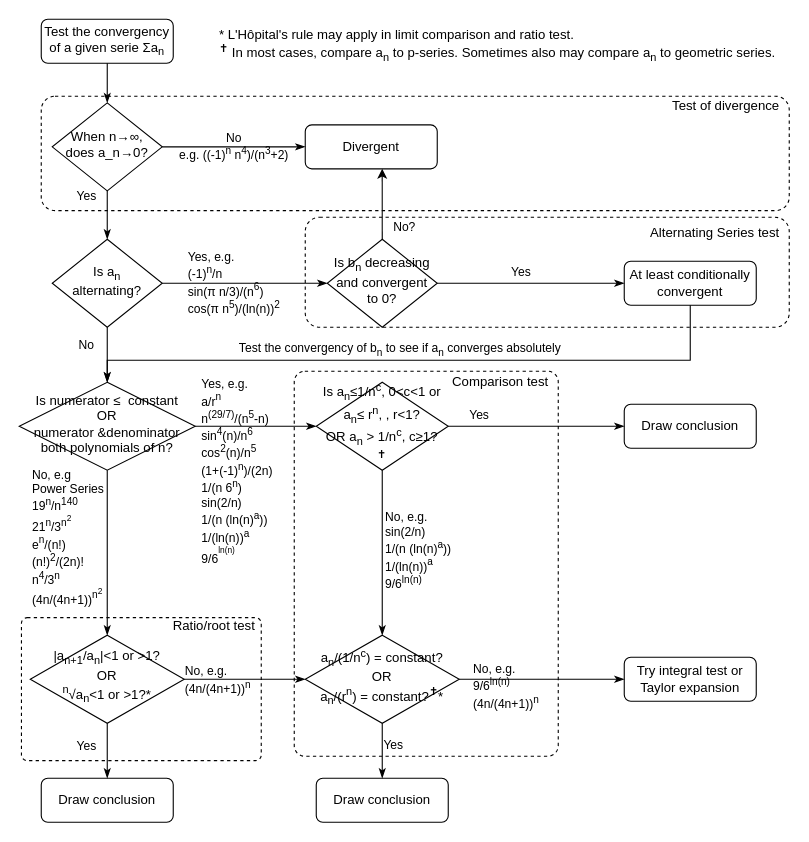
lemonci/notes keeps this draw.io diagram as convergency_testings.drawio. Above is the earlier version. Source tidied: cells renumbered, new cells numbered last; positions are measured from the earlier drawing's top-left corner, leaving out a move shared by most shapes. Both pictures are drawn from the tidied source at 110%, with x=0, y=0 at pixel (19, 19).
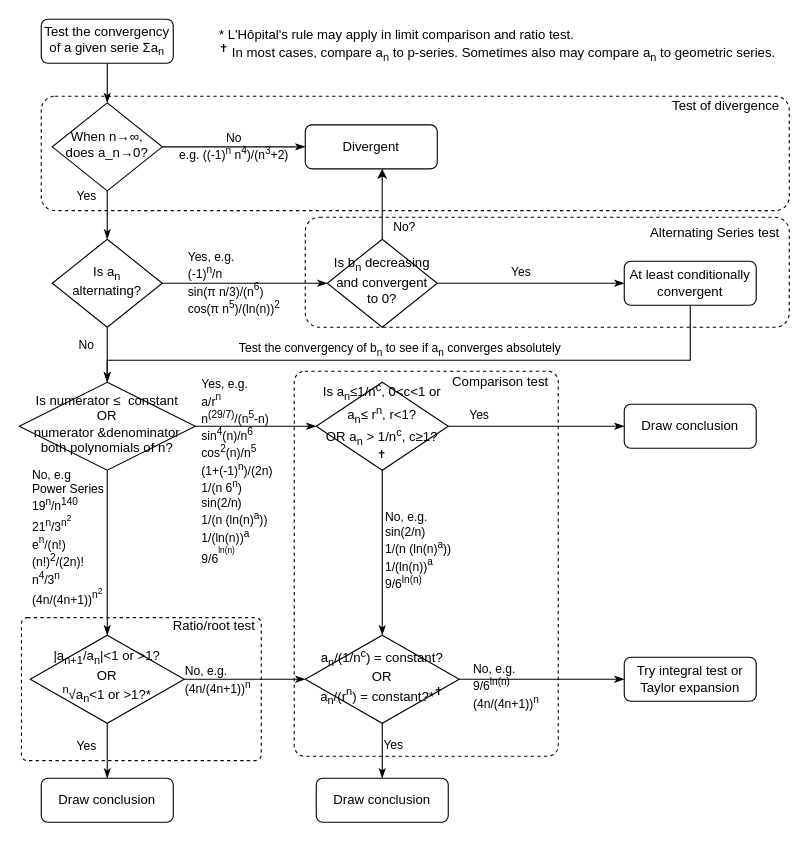
The same diagram, later.

Change to the diagram source:
```diff
@@
-    <mxCell id="33" value="&lt;div&gt;Is a&lt;sub&gt;n&lt;/sub&gt;≤1/n&lt;sup&gt;c&lt;/sup&gt;, 0&amp;lt;c&amp;lt;1 or a&lt;sub&gt;n&lt;/sub&gt;≤ r&lt;sup&gt;n&lt;/sup&gt;, , r&amp;lt;1?&lt;/div&gt;&lt;div&gt;OR a&lt;sub&gt;n&lt;/sub&gt; &amp;gt; 1/n&lt;sup&gt;c&lt;/sup&gt;, c≥1?&lt;sup&gt; ✝&lt;/sup&gt;&lt;/div&gt;" style="rhombus;whiteSpace=wrap;html=1;shadow=0;fontFamily=Helvetica;fontSize=12;align=center;strokeWidth=1;spacing=6;spacingTop=-4;labelBackgroundColor=none;fillColor=none;" parent="1" vertex="1">
+    <mxCell id="33" value="&lt;div&gt;Is a&lt;sub&gt;n&lt;/sub&gt;≤1/n&lt;sup&gt;c&lt;/sup&gt;, 0&amp;lt;c&amp;lt;1 or a&lt;sub&gt;n&lt;/sub&gt;≤ r&lt;sup&gt;n&lt;/sup&gt;, r&amp;lt;1?&lt;/div&gt;&lt;div&gt;OR a&lt;sub&gt;n&lt;/sub&gt; &amp;gt; 1/n&lt;sup&gt;c&lt;/sup&gt;, c≥1?&lt;sup&gt; ✝&lt;/sup&gt;&lt;/div&gt;" style="rhombus;whiteSpace=wrap;html=1;shadow=0;fontFamily=Helvetica;fontSize=12;align=center;strokeWidth=1;spacing=6;spacingTop=-4;labelBackgroundColor=none;fillColor=none;" parent="1" vertex="1">
       <mxGeometry x="270" y="330" width="120" height="80" as="geometry" />
     </mxCell>
@@
-    <mxCell id="37" value="&lt;div&gt;a&lt;sub&gt;n&lt;/sub&gt;/(1/n&lt;sup&gt;c&lt;/sup&gt;) = constant?&lt;/div&gt;&lt;div&gt;OR&lt;br&gt;&lt;/div&gt;&lt;div&gt;a&lt;sub&gt;n&lt;/sub&gt;/(r&lt;sup&gt;n&lt;/sup&gt;) = constant?&lt;sup&gt;✝&lt;/sup&gt;*&lt;br&gt;&lt;/div&gt;" style="rhombus;whiteSpace=wrap;html=1;shadow=0;fontFamily=Helvetica;fontSize=12;align=center;strokeWidth=1;spacing=6;spacingTop=-4;labelBackgroundColor=none;fillColor=none;" parent="1" vertex="1">
+    <mxCell id="37" value="&lt;div&gt;a&lt;sub&gt;n&lt;/sub&gt;/(1/n&lt;sup&gt;c&lt;/sup&gt;) = constant?&lt;/div&gt;&lt;div&gt;OR&lt;br&gt;&lt;/div&gt;&lt;div&gt;a&lt;sub&gt;n&lt;/sub&gt;/(r&lt;sup&gt;n&lt;/sup&gt;) = constant?*&lt;sup&gt;✝&lt;/sup&gt;&lt;br&gt;&lt;/div&gt;" style="rhombus;whiteSpace=wrap;html=1;shadow=0;fontFamily=Helvetica;fontSize=12;align=center;strokeWidth=1;spacing=6;spacingTop=-4;labelBackgroundColor=none;fillColor=none;" parent="1" vertex="1">
       <mxGeometry x="260" y="560" width="140" height="80" as="geometry" />
     </mxCell>
```
